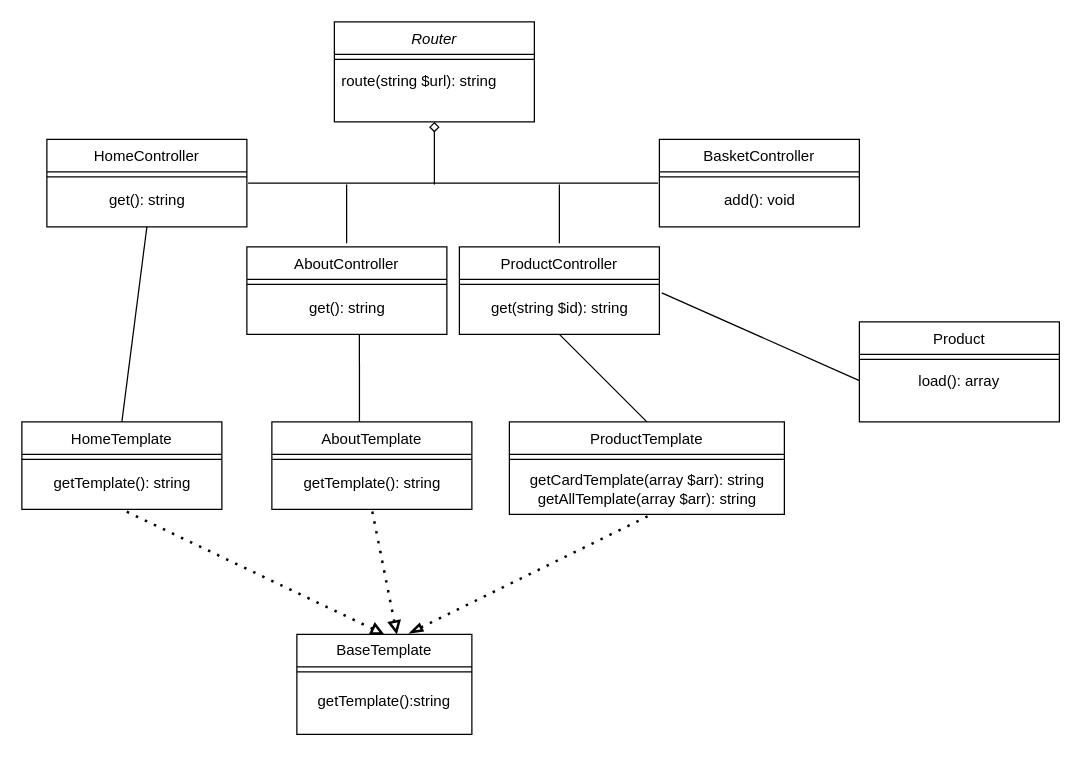
Earlier version of the draw.io diagram storage/diagrams_classes_19_03_25.drawio (Coopteh/pizza221). Source tidied: cells renumbered, new cells numbered last; positions are measured from the earlier drawing's top-left corner, leaving out a move shared by most shapes. Both pictures are drawn from the tidied source at 125%, with x=0, y=0 at pixel (21, 21).
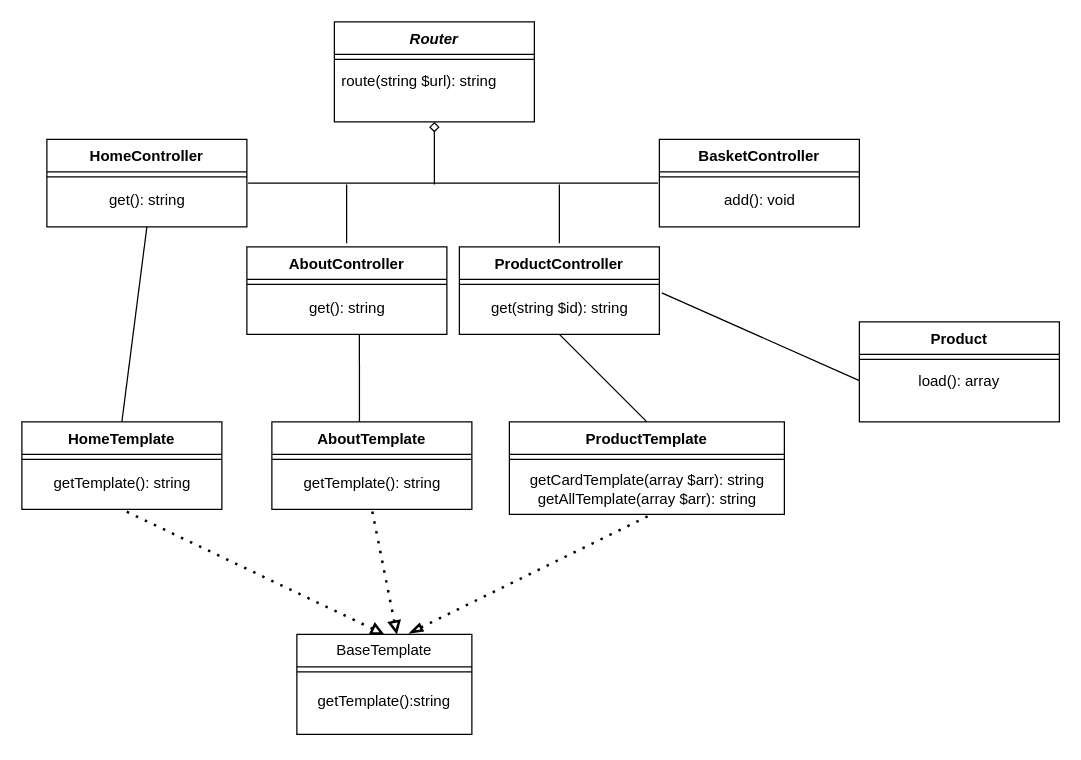
Above is the later version.

What changed in the source:
```diff
@@
-    <mxCell id="3" value="Router" style="swimlane;fontStyle=2;align=center;verticalAlign=top;horizontal=1;startSize=26;rounded=0;shadow=0;strokeWidth=1;" parent="1" vertex="1">
+    <mxCell id="3" value="Router" style="swimlane;fontStyle=3;align=center;verticalAlign=top;horizontal=1;startSize=26;rounded=0;shadow=0;strokeWidth=1;" parent="1" vertex="1">
       <mxGeometry x="250" width="160" height="80" as="geometry" />
     </mxCell>
@@
-    <mxCell id="7" value="Product" style="swimlane;fontStyle=0;align=center;verticalAlign=top;horizontal=1;startSize=26;rounded=0;shadow=0;strokeWidth=1;" parent="1" vertex="1">
+    <mxCell id="7" value="Product" style="swimlane;fontStyle=1;align=center;verticalAlign=top;horizontal=1;startSize=26;rounded=0;shadow=0;strokeWidth=1;" parent="1" vertex="1">
       <mxGeometry x="670" y="240" width="160" height="80" as="geometry" />
     </mxCell>
@@
-    <mxCell id="10" value="HomeController" style="swimlane;fontStyle=0;align=center;verticalAlign=top;horizontal=1;startSize=26;rounded=0;shadow=0;strokeWidth=1;" parent="1" vertex="1">
+    <mxCell id="10" value="HomeController" style="swimlane;fontStyle=1;align=center;verticalAlign=top;horizontal=1;startSize=26;rounded=0;shadow=0;strokeWidth=1;" parent="1" vertex="1">
       <mxGeometry x="20" y="94" width="160" height="70" as="geometry" />
     </mxCell>
@@
-    <mxCell id="13" value="AboutController" style="swimlane;fontStyle=0;align=center;verticalAlign=top;horizontal=1;startSize=26;rounded=0;shadow=0;strokeWidth=1;" parent="1" vertex="1">
+    <mxCell id="13" value="AboutController" style="swimlane;fontStyle=1;align=center;verticalAlign=top;horizontal=1;startSize=26;rounded=0;shadow=0;strokeWidth=1;" parent="1" vertex="1">
       <mxGeometry x="180" y="180" width="160" height="70" as="geometry" />
     </mxCell>
@@
-    <mxCell id="16" value="ProductController" style="swimlane;fontStyle=0;align=center;verticalAlign=top;horizontal=1;startSize=26;rounded=0;shadow=0;strokeWidth=1;" parent="1" vertex="1">
+    <mxCell id="16" value="ProductController" style="swimlane;fontStyle=1;align=center;verticalAlign=top;horizontal=1;startSize=26;rounded=0;shadow=0;strokeWidth=1;" parent="1" vertex="1">
       <mxGeometry x="350" y="180" width="160" height="70" as="geometry" />
     </mxCell>
@@
-    <mxCell id="19" value="BasketController" style="swimlane;fontStyle=0;align=center;verticalAlign=top;horizontal=1;startSize=26;rounded=0;shadow=0;strokeWidth=1;" parent="1" vertex="1">
+    <mxCell id="19" value="BasketController" style="swimlane;fontStyle=1;align=center;verticalAlign=top;horizontal=1;startSize=26;rounded=0;shadow=0;strokeWidth=1;" parent="1" vertex="1">
       <mxGeometry x="510" y="94" width="160" height="70" as="geometry" />
     </mxCell>
@@
-    <mxCell id="25" value="HomeTemplate" style="swimlane;fontStyle=0;align=center;verticalAlign=top;horizontal=1;startSize=26;rounded=0;shadow=0;strokeWidth=1;" parent="1" vertex="1">
+    <mxCell id="25" value="HomeTemplate" style="swimlane;fontStyle=1;align=center;verticalAlign=top;horizontal=1;startSize=26;rounded=0;shadow=0;strokeWidth=1;" parent="1" vertex="1">
       <mxGeometry y="320" width="160" height="70" as="geometry" />
     </mxCell>
@@
-    <mxCell id="28" value="AboutTemplate" style="swimlane;fontStyle=0;align=center;verticalAlign=top;horizontal=1;startSize=26;rounded=0;shadow=0;strokeWidth=1;" parent="1" vertex="1">
+    <mxCell id="28" value="AboutTemplate" style="swimlane;fontStyle=1;align=center;verticalAlign=top;horizontal=1;startSize=26;rounded=0;shadow=0;strokeWidth=1;" parent="1" vertex="1">
       <mxGeometry x="200" y="320" width="160" height="70" as="geometry" />
     </mxCell>
@@
-    <mxCell id="31" value="ProductTemplate" style="swimlane;fontStyle=0;align=center;verticalAlign=top;horizontal=1;startSize=26;rounded=0;shadow=0;strokeWidth=1;" parent="1" vertex="1">
+    <mxCell id="31" value="ProductTemplate" style="swimlane;fontStyle=1;align=center;verticalAlign=top;horizontal=1;startSize=26;rounded=0;shadow=0;strokeWidth=1;" parent="1" vertex="1">
       <mxGeometry x="390" y="320" width="220" height="74" as="geometry" />
     </mxCell>
```
